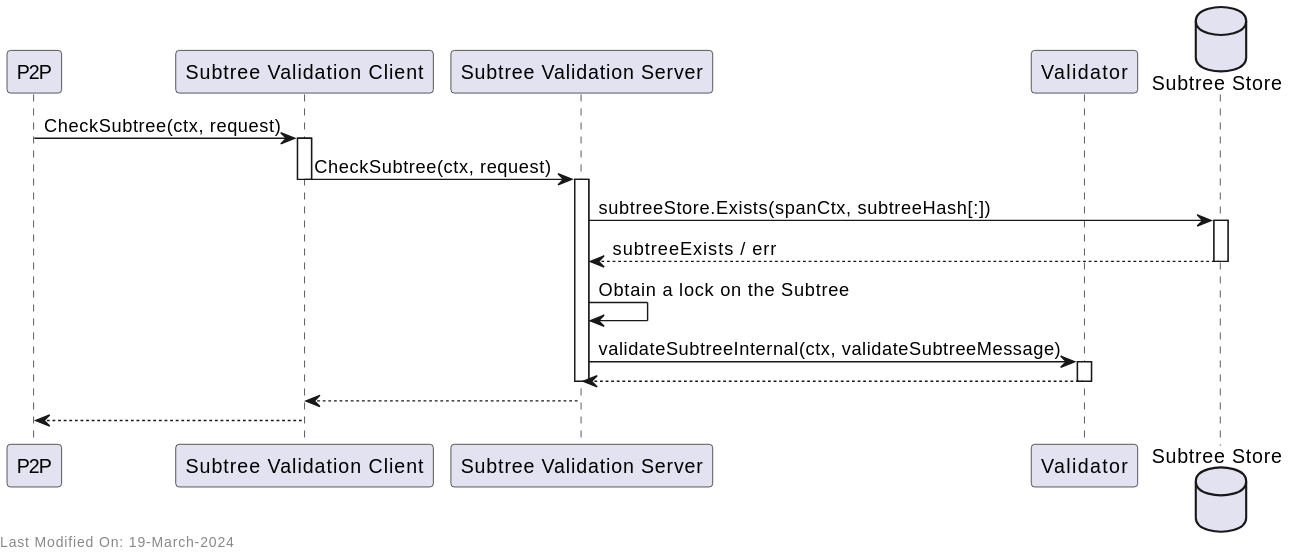
This is docs/services/img/plantuml/subtreevalidation/subtree_validation_subtree_found.svg from freemans13/teranode, a PlantUML export, as it was before one commit. Its source is kept beside it as docs/services/img/plantuml/subtreevalidation/subtree_validation_subtree_found.puml. Its diagram source:
```plantuml
@startuml
participant "P2P" as P2P
participant "Subtree Validation Client" as SVC
participant "Subtree Validation Server" as SVS
participant "Validator" as Validator
database "Subtree Store" as SubtreeStore

P2P -> SVC: CheckSubtree(ctx, request)
activate SVC
SVC -> SVS: CheckSubtree(ctx, request)
deactivate SVC
activate SVS

SVS -> SubtreeStore: subtreeStore.Exists(spanCtx, subtreeHash[:])
activate SubtreeStore
SubtreeStore --> SVS: subtreeExists / err
deactivate SubtreeStore

SVS -> SVS: Obtain a lock on the Subtree

SVS -> Validator: validateSubtreeInternal(ctx, validateSubtreeMessage)
activate Validator
Validator --> SVS
deactivate Validator
deactivate SVS

deactivate Validator
SVS --> SVC
SVC --> P2P

left footer Last Modified On: %date("dd-MMM-yyyy")

@enduml
```
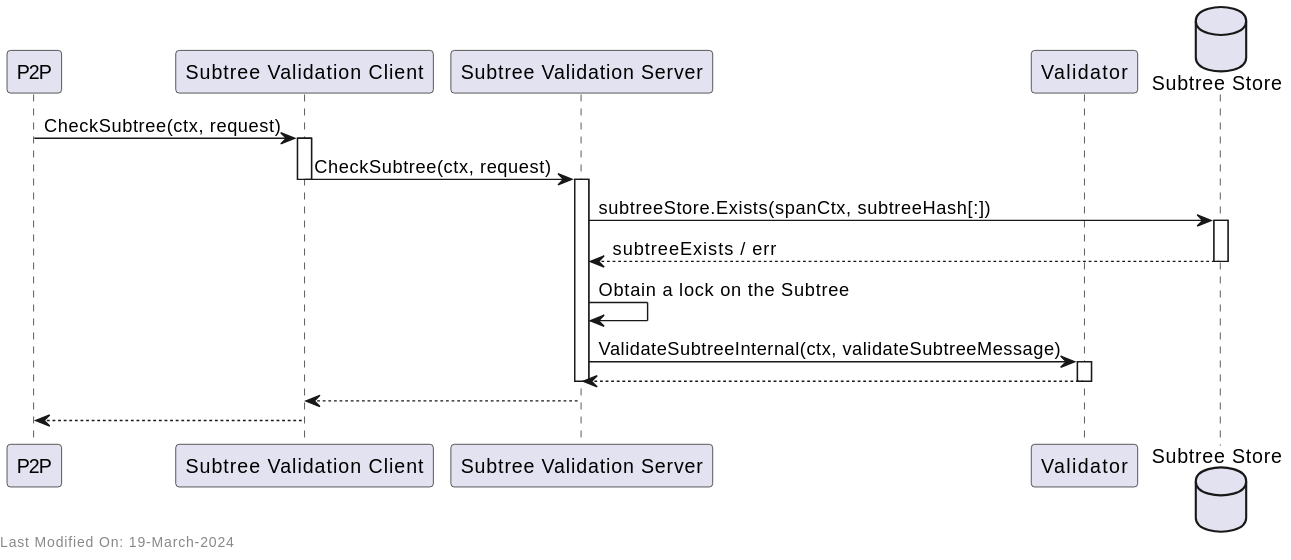
After the change.

Change to the diagram source:
```diff
@@ -18,7 +18,7 @@
 
 SVS -> SVS: Obtain a lock on the Subtree
 
-SVS -> Validator: validateSubtreeInternal(ctx, validateSubtreeMessage)
+SVS -> Validator: ValidateSubtreeInternal(ctx, validateSubtreeMessage)
 activate Validator
 Validator --> SVS
 deactivate Validator
```
